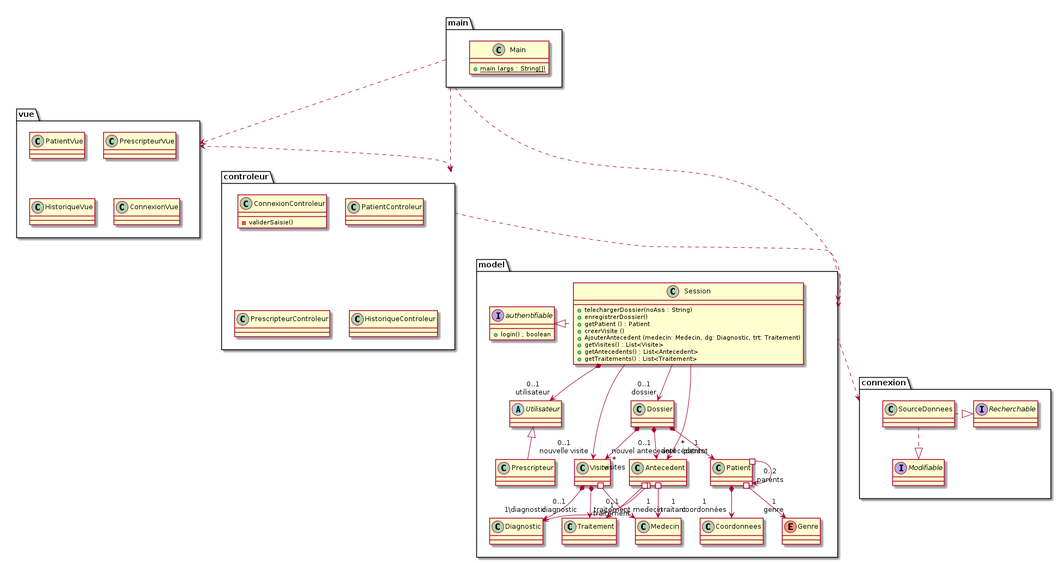
This is models/Diagramme_Package/package_diagram.png from fethiuqam/INF5153-Projet-Session, a PlantUML export, as it was before one commit. Source of this version:
```plantuml
@startuml

package model {

    class Patient {
    }

    class Coordonnees {

    }

    enum Genre {

    }

    class Dossier {

    }

    class Visite {

    }

    class Antecedent {

    }


    class Diagnostic {

    }

    class Traitement {

    }

    class Medecin {

    }

    abstract Utilisateur {

        }

    class Prescripteur {

    }

    class Session {
        + telechargerDossier(noAss : String)
        + enregistrerDossier()
        + getPatient () : Patient
        + creerVisite ()
        + AjouterAntecedent (medecin: Medecin, dg: Diagnostic, trt: Traitement)
        + getVisites() : List<Visite>
        + getAntecedents() : List<Antecedent>
        + getTraitements() : List<Traitement>
    }

    interface authentifiable {
        + login() ; boolean
    }


}

package vue {
    class PatientVue{

    }

    class PrescripteurVue {

    }

    class HistoriqueVue {

    }
    class ConnexionVue {
    }

}

package controleur {

    class ConnexionControleur {
    - validerSaisie()
    }

    class PatientControleur {

    }

    class PrescripteurControleur {

    }

    class HistoriqueControleur {

    }

}

package connexion {
    class SourceDonnees {
    }

    interface Recherchable {
    }

    interface Modifiable {
    }
}

package main {
    class Main {
        + {static} main (args : String[])
    }
}


Patient *--> "1\ncoordonnées" Coordonnees
Patient #--> "0..2\nparents" Patient
Patient #--> "1\ngenre" Genre

Dossier *--> "*\nvisites" Visite
Dossier *--> "*\nantécédents" Antecedent
Dossier *--> "1\npatient" Patient

Visite *--> "0..1\ndiagnostic" Diagnostic
Visite *--> "0..1\ntraitement" Traitement
Visite #--> "1\nmedecin" Medecin

Antecedent #--> "1\ntraitant" Medecin
Antecedent #--> "1\diagnostic" Diagnostic
Antecedent #--> "1\ntraitement" Traitement

Session --> "0..1\ndossier" Dossier

Session --> "0..1\nnouvelle visite" Visite
Session --> "0..1\nnouvel antecedent" Antecedent
Session *--> "0..1\nutilisateur" Utilisateur
Session .l.|> authentifiable

SourceDonnees .d.|> Modifiable
SourceDonnees  .|> Recherchable

Utilisateur <|-- Prescripteur


main ..> vue
main ..> controleur
main ..> model

vue <..> controleur

controleur ..> model

model ..> connexion

@enduml
```
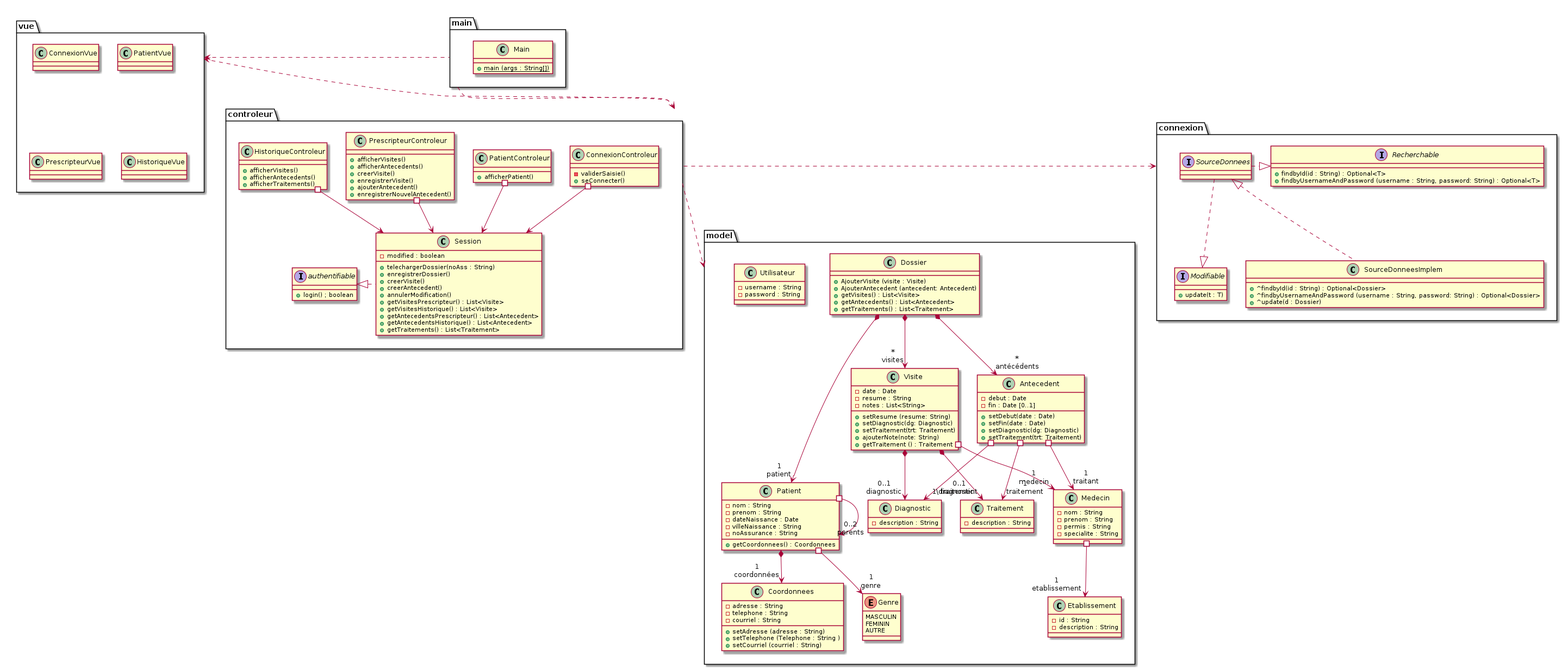
The same diagram one commit later.

Change to the diagram source:
```diff
@@ -2,121 +2,184 @@
 
 package model {
 
-    class Patient {
+class Patient {
+    - nom : String
+    - prenom : String
+    - dateNaissance : Date
+    - villeNaissance : String
+    - noAssurance : String
+    + getCoordonnees() : Coordonnees
+}
+
+class Coordonnees {
+    - adresse : String
+    - telephone : String
+    - courriel : String
+    + setAdresse (adresse : String)
+    + setTelephone (Telephone : String )
+    + setCourriel (courriel : String)
+}
+
+enum Genre {
+    MASCULIN
+    FEMININ
+    AUTRE
+}
+
+class Dossier {
+    + AjouterVisite (visite : Visite)
+    + AjouterAntecedent (antecedent: Antecedent)
+    + getVisites() : List<Visite>
+    + getAntecedents() : List<Antecedent>
+    + getTraitements() : List<Traitement>
+}
+
+class Visite {
+    - date : Date
+    - resume : String
+    - notes : List<String>
+    + setResume (resume: String)
+    + setDiagnostic(dg: Diagnostic)
+    + setTraitement(trt: Traitement)
+    + ajouterNote(note: String)
+    + getTraitement () : Traitement
+}
+
+class Antecedent {
+    - debut : Date
+    - fin : Date [0..1]
+    + setDebut(date : Date)
+    + setFin(date : Date)
+    + setDiagnostic(dg: Diagnostic)
+    + setTraitement(trt: Traitement)
+}
+
+class Diagnostic {
+    - description : String
+}
+
+class Traitement {
+    - description : String
+}
+
+class Medecin {
+    - nom : String
+    - prenom : String
+    - permis : String
+    - specialite : String
+}
+
+class Etablissement {
+    - id : String
+    - description : String
+}
+
+class Utilisateur {
+    - username : String
+    - password : String
     }
-
-    class Coordonnees {
-
-    }
-
-    enum Genre {
-
-    }
-
-    class Dossier {
-
-    }
-
-    class Visite {
-
-    }
-
-    class Antecedent {
-
-    }
-
-
-    class Diagnostic {
-
-    }
-
-    class Traitement {
-
-    }
-
-    class Medecin {
-
-    }
-
-    abstract Utilisateur {
-
-        }
-
-    class Prescripteur {
-
-    }
-
-    class Session {
-        + telechargerDossier(noAss : String)
-        + enregistrerDossier()
-        + getPatient () : Patient
-        + creerVisite ()
-        + AjouterAntecedent (medecin: Medecin, dg: Diagnostic, trt: Traitement)
-        + getVisites() : List<Visite>
-        + getAntecedents() : List<Antecedent>
-        + getTraitements() : List<Traitement>
-    }
-
-    interface authentifiable {
-        + login() ; boolean
-    }
-
 
 }
 
-package vue {
-    class PatientVue{
+package connexion {
 
-    }
+Interface SourceDonnees {
 
-    class PrescripteurVue {
+}
 
-    }
+interface Recherchable {
+    + findbyId(id : String) : Optional<T>
+    + findbyUsernameAndPassword (username : String, password: String) : Optional<T>
+}
 
-    class HistoriqueVue {
+interface Modifiable {
+    + update(t : T)
+}
 
-    }
-    class ConnexionVue {
-    }
+class SourceDonneesImplem {
+    + ^findbyId(id : String) : Optional<Dossier>
+    + ^findbyUsernameAndPassword (username : String, password: String) : Optional<Dossier>
+    + ^update(d : Dossier)
+}
 
 }
 
 package controleur {
 
-    class ConnexionControleur {
+class Session {
+    - modified : boolean
+    + telechargerDossier(noAss : String)
+    + enregistrerDossier()
+    + creerVisite()
+    + creerAntecedent()
+    + annulerModification()
+    + getVisitesPrescripteur() : List<Visite>
+    + getVisitesHistorique() : List<Visite>
+    + getAntecedentsPrescripteur() : List<Antecedent>
+    + getAntecedentsHistorique() : List<Antecedent>
+    + getTraitements() : List<Traitement>
+}
+
+interface authentifiable {
+    + login() ; boolean
+}
+
+class ConnexionControleur {
     - validerSaisie()
-    }
+    + seConnecter()
+}
 
-    class PatientControleur {
+class PatientControleur {
+    + afficherPatient()
+}
 
-    }
+class PrescripteurControleur {
+    + afficherVisites()
+    + afficherAntecedents()
+    + creerVisite()
+    + enregistrerVisite()
+    + ajouterAntecedent()
+    + enregistrerNouvelAntecedent()
+}
 
-    class PrescripteurControleur {
-
-    }
-
-    class HistoriqueControleur {
-
-    }
+class HistoriqueControleur {
+    + afficherVisites()
+    + afficherAntecedents()
+    + afficherTraitements()
+}
 
 }
 
-package connexion {
-    class SourceDonnees {
-    }
+package vue {
 
-    interface Recherchable {
-    }
+class ConnexionVue {
+}
 
-    interface Modifiable {
-    }
+class PatientVue{
+
+}
+
+class PrescripteurVue {
+
+}
+
+class HistoriqueVue {
+
+}
+
 }
 
 package main {
-    class Main {
-        + {static} main (args : String[])
-    }
+
+class Main {
+    + {static} main (args : String[])
 }
+
+}
+
+
+
+
 
 
 Patient *--> "1\ncoordonnées" Coordonnees
@@ -125,7 +188,7 @@
 
 Dossier *--> "*\nvisites" Visite
 Dossier *--> "*\nantécédents" Antecedent
-Dossier *--> "1\npatient" Patient
+Dossier *---> "1\npatient" Patient
 
 Visite *--> "0..1\ndiagnostic" Diagnostic
 Visite *--> "0..1\ntraitement" Traitement
@@ -135,27 +198,28 @@
 Antecedent #--> "1\diagnostic" Diagnostic
 Antecedent #--> "1\ntraitement" Traitement
 
-Session --> "0..1\ndossier" Dossier
+Medecin #--> "1\netablissement" Etablissement
 
-Session --> "0..1\nnouvelle visite" Visite
-Session --> "0..1\nnouvel antecedent" Antecedent
-Session *--> "0..1\nutilisateur" Utilisateur
+
 Session .l.|> authentifiable
 
 SourceDonnees .d.|> Modifiable
 SourceDonnees  .|> Recherchable
-
-Utilisateur <|-- Prescripteur
+SourceDonnees <|.. SourceDonneesImplem
 
 
-main ..> vue
+ConnexionControleur #--> Session
+PatientControleur #--> Session
+PrescripteurControleur #--> Session
+HistoriqueControleur #--> Session
+
+vue <. main
 main ..> controleur
-main ..> model
 
 vue <..> controleur
 
 controleur ..> model
 
-model ..> connexion
+controleur .> connexion
 
 @enduml
```
